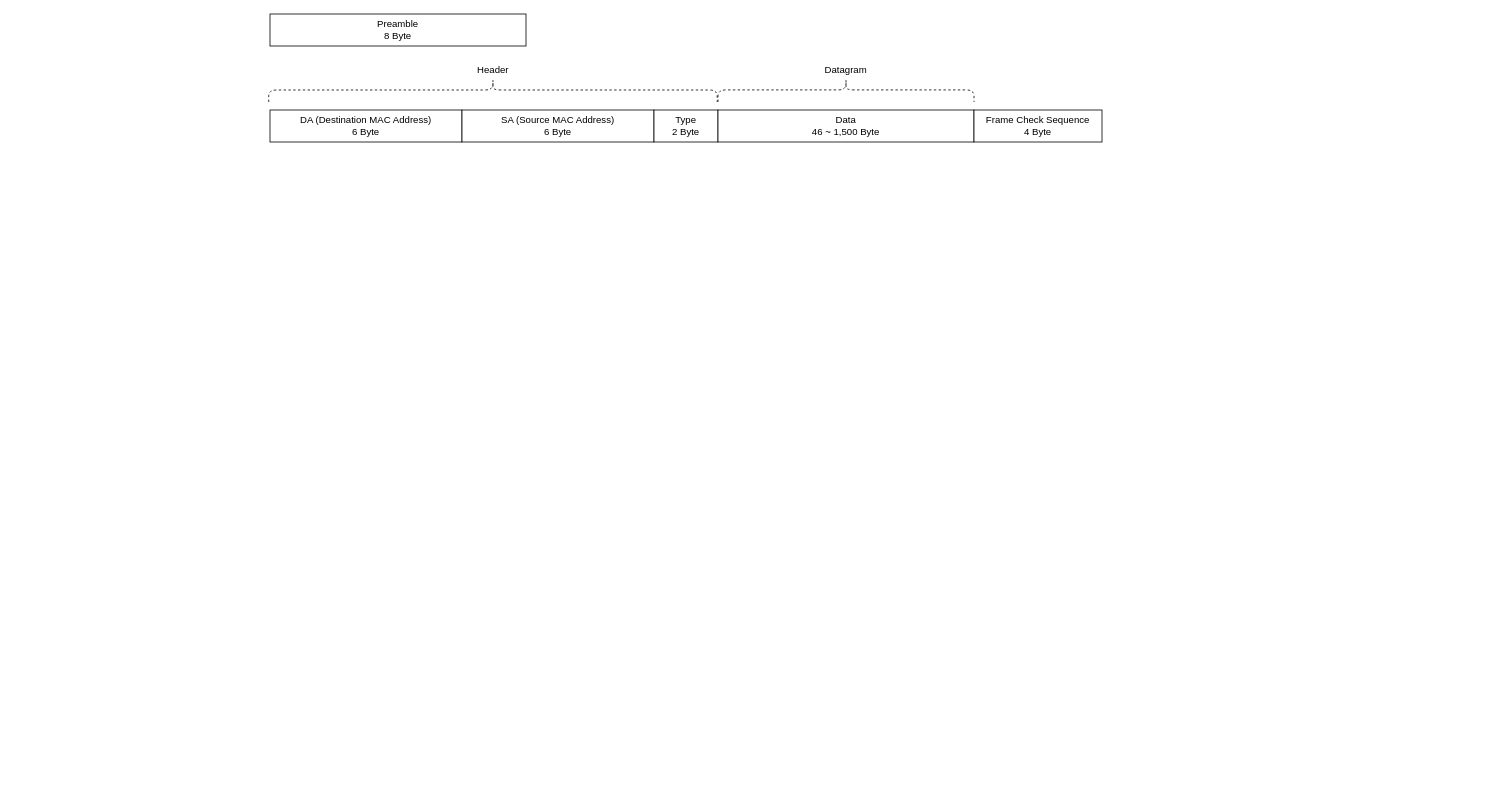
This is page "Ethernet Frame" (2 of 4) of 04. DOC/10BASE-T1S.drawio from Jinhwan-Jung/emb, a draw.io file, before an edit. Source tidied: cells renumbered, new cells numbered last; positions are measured from the earlier drawing's top-left corner, leaving out a move shared by most shapes. Both pictures are drawn from the tidied source at 80%, with x=0, y=0 at pixel (268, -134).
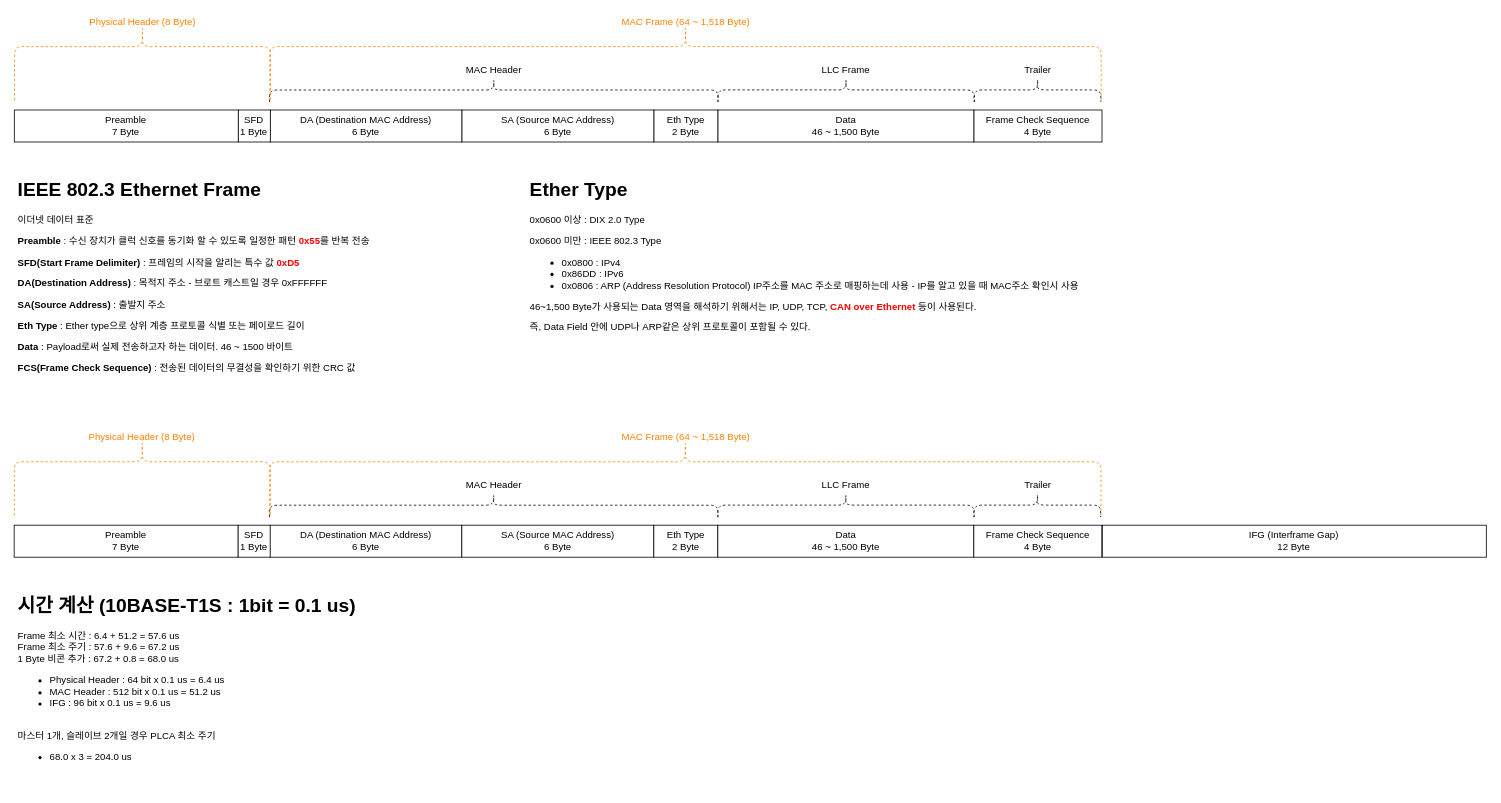
After the change.

Change to the diagram source:
```diff
@@
+    <mxCell id="13" style="shape=curlyBracket;whiteSpace=wrap;html=1;rounded=1;flipH=1;align=left;rotation=-90;dashed=1;size=0.29097236869858656;fillColor=#f0a30a;fontColor=#000000;strokeColor=#FF8000;" parent="1" vertex="1">
+      <mxGeometry x="474" y="-274" width="94.8" height="1039.1" as="geometry" />
+    </mxCell>
-    <mxCell id="2" value="Preamble&lt;br&gt;8 Byte" style="rounded=0;whiteSpace=wrap;html=1;" parent="1" vertex="1">
-      <mxGeometry x="2" y="185" width="320" height="40" as="geometry" />
+    <mxCell id="2" value="Preamble&lt;br&gt;7 Byte" style="rounded=0;whiteSpace=wrap;html=1;" parent="1" vertex="1">
+      <mxGeometry x="-317.6" y="305" width="280" height="40" as="geometry" />
     </mxCell>
@@
-    <mxCell id="5" value="Type&lt;br&gt;2 Byte" style="rounded=0;whiteSpace=wrap;html=1;" parent="1" vertex="1">
+    <mxCell id="5" value="Eth Type&lt;br&gt;2 Byte" style="rounded=0;whiteSpace=wrap;html=1;" parent="1" vertex="1">
       <mxGeometry x="482" y="305" width="80" height="40" as="geometry" />
     </mxCell>
@@
     <mxCell id="8" style="group;dashed=1;" parent="1" vertex="1">
-      <mxGeometry x="0.4" y="245" width="560.6" height="50" as="geometry" />
+      <mxGeometry x="2.4" y="245" width="558.6" height="50" as="geometry" />
     </mxCell>
     <mxCell id="9" style="shape=curlyBracket;whiteSpace=wrap;html=1;rounded=1;flipH=1;align=left;rotation=-90;dashed=1;" parent="8" vertex="1">
-      <mxGeometry x="265.3" y="-245.3" width="30" height="560.6" as="geometry" />
+      <mxGeometry x="264.4" y="-245.3" width="29.9" height="560.6" as="geometry" />
     </mxCell>
-    <mxCell id="10" value="Header" style="text;html=1;strokeColor=none;fillColor=none;align=center;verticalAlign=middle;whiteSpace=wrap;rounded=0;" parent="8" vertex="1">
-      <mxGeometry x="260.6" width="40" height="20" as="geometry" />
+    <mxCell id="10" value="MAC Header" style="text;html=1;strokeColor=none;fillColor=none;align=center;verticalAlign=middle;whiteSpace=wrap;rounded=0;" parent="8" vertex="1">
+      <mxGeometry x="240" width="80" height="20" as="geometry" />
     </mxCell>
@@
-    <mxCell id="12" value="Datagram" style="text;html=1;strokeColor=none;fillColor=none;align=center;verticalAlign=middle;whiteSpace=wrap;rounded=0;" parent="1" vertex="1">
+    <mxCell id="12" value="LLC Frame" style="text;html=1;strokeColor=none;fillColor=none;align=center;verticalAlign=middle;whiteSpace=wrap;rounded=0;" parent="1" vertex="1">
       <mxGeometry x="682" y="245" width="80" height="20" as="geometry" />
     </mxCell>
+    <mxCell id="14" value="SFD&lt;br&gt;1 Byte" style="rounded=0;whiteSpace=wrap;html=1;" parent="1" vertex="1">
+      <mxGeometry x="-37.6" y="305" width="40" height="40" as="geometry" />
+    </mxCell>
+    <mxCell id="15" value="&lt;h1&gt;IEEE 802.3 Ethernet Frame&lt;/h1&gt;&lt;p&gt;이더넷 데이터 표준&lt;/p&gt;&lt;p&gt;&lt;b&gt;Preamble&lt;/b&gt; : 수신 장치가 클럭 신호를 동기화 할 수 있도록 일정한 패턴 &lt;b&gt;&lt;font color=&quot;#ff0000&quot;&gt;0x55&lt;/font&gt;&lt;/b&gt;를 반복 전송&lt;/p&gt;&lt;p&gt;&lt;b&gt;SFD(Start Frame Delimiter)&lt;/b&gt; : 프레임의 시작을 알리는 특수 값 &lt;b&gt;&lt;font color=&quot;#ff0000&quot;&gt;0xD5&lt;/font&gt;&lt;/b&gt;&lt;/p&gt;&lt;p&gt;&lt;b&gt;DA(Destination Address)&lt;/b&gt; : 목적지 주소 - 브로트 캐스트일 경우 0xFFFFFF&lt;/p&gt;&lt;p&gt;&lt;b&gt;SA(Source Address)&lt;/b&gt; : 출발지 주소&lt;/p&gt;&lt;p&gt;&lt;b&gt;Eth Type &lt;/b&gt;: Ether type으로 상위 계층 프로토콜 식별 또는 페이로드 길이&lt;/p&gt;&lt;p&gt;&lt;b&gt;Data&lt;/b&gt; : Payload로써 실제 전송하고자 하는 데이터. 46 ~ 1500 바이트&lt;/p&gt;&lt;p&gt;&lt;b&gt;FCS(Frame Check Sequence)&lt;/b&gt; : 전송된 데이터의 무결성을 확인하기 위한 CRC 값&lt;/p&gt;" style="text;html=1;strokeColor=none;fillColor=none;spacing=5;spacingTop=-20;whiteSpace=wrap;overflow=hidden;rounded=0;dashed=1;align=left;" parent="1" vertex="1">
+      <mxGeometry x="-317.6" y="385" width="560" height="250" as="geometry" />
+    </mxCell>
+    <mxCell id="16" style="shape=curlyBracket;whiteSpace=wrap;html=1;rounded=1;flipH=1;align=left;rotation=-90;dashed=1;size=0.29097236869858656;fillColor=#f0a30a;fontColor=#000000;strokeColor=#FF8000;" parent="1" vertex="1">
+      <mxGeometry x="-204.8" y="85.6" width="94.8" height="320" as="geometry" />
+    </mxCell>
+    <mxCell id="17" value="Physical Header (8 Byte)" style="text;html=1;strokeColor=none;fillColor=none;align=center;verticalAlign=middle;whiteSpace=wrap;rounded=0;fontColor=#FF8000;" parent="1" vertex="1">
+      <mxGeometry x="-237.4" y="185" width="160" height="20" as="geometry" />
+    </mxCell>
+    <mxCell id="18" value="MAC Frame (64 ~ 1,518 Byte)" style="text;html=1;strokeColor=none;fillColor=none;align=center;verticalAlign=middle;whiteSpace=wrap;rounded=0;fontColor=#FF8000;" parent="1" vertex="1">
+      <mxGeometry x="402.4" y="185" width="240" height="20" as="geometry" />
+    </mxCell>
+    <mxCell id="19" style="shape=curlyBracket;whiteSpace=wrap;html=1;rounded=1;flipH=1;align=left;rotation=-90;dashed=1;perimeterSpacing=1;" parent="1" vertex="1">
+      <mxGeometry x="946.5" y="200.9" width="30" height="158" as="geometry" />
+    </mxCell>
+    <mxCell id="20" value="Trailer" style="text;html=1;strokeColor=none;fillColor=none;align=center;verticalAlign=middle;whiteSpace=wrap;rounded=0;" parent="1" vertex="1">
+      <mxGeometry x="922" y="245" width="80" height="20" as="geometry" />
+    </mxCell>
+    <mxCell id="21" value="&lt;h1&gt;Ether Type&lt;/h1&gt;&lt;p&gt;0x0600 이상 : DIX 2.0 Type&lt;/p&gt;&lt;p&gt;0x0600 미만 : IEEE 802.3 Type&lt;/p&gt;&lt;p&gt;&lt;/p&gt;&lt;ul&gt;&lt;li&gt;0x0800 : IPv4&lt;/li&gt;&lt;li&gt;0x86DD : IPv6&lt;/li&gt;&lt;li&gt;0x0806 : ARP (Address Resolution Protocol) IP주소를 MAC 주소로 매핑하는데 사용 - IP를 알고 있을 때 MAC주소 확인시 사용&lt;/li&gt;&lt;/ul&gt;&lt;p&gt;&lt;/p&gt;&lt;p&gt;46~1,500 Byte가 사용되는 Data 영역을 해석하기 위해서는 IP, UDP, TCP, &lt;b&gt;&lt;font color=&quot;#ff0000&quot;&gt;CAN over Ethernet&lt;/font&gt;&lt;/b&gt; 등이 사용된다.&lt;/p&gt;&lt;p&gt;즉, Data Field 안에 UDP나 ARP같은 상위 프로토콜이 포함될 수 있다.&lt;/p&gt;" style="text;html=1;strokeColor=none;fillColor=none;spacing=5;spacingTop=-20;whiteSpace=wrap;overflow=hidden;rounded=0;dashed=1;align=left;" parent="1" vertex="1">
+      <mxGeometry x="322" y="385" width="730.4" height="250" as="geometry" />
+    </mxCell>
+    <mxCell id="22" style="shape=curlyBracket;whiteSpace=wrap;html=1;rounded=1;flipH=1;align=left;rotation=-90;dashed=1;size=0.29097236869858656;fillColor=#f0a30a;fontColor=#000000;strokeColor=#FF8000;" parent="1" vertex="1">
+      <mxGeometry x="473.8" y="245" width="94.8" height="1039.1" as="geometry" />
+    </mxCell>
+    <mxCell id="23" value="Preamble&lt;br&gt;7 Byte" style="rounded=0;whiteSpace=wrap;html=1;" parent="1" vertex="1">
+      <mxGeometry x="-317.8" y="824" width="280" height="40" as="geometry" />
+    </mxCell>
+    <mxCell id="24" value="DA (Destination MAC Address)&lt;br&gt;6 Byte" style="rounded=0;whiteSpace=wrap;html=1;" parent="1" vertex="1">
+      <mxGeometry x="1.8" y="824" width="240" height="40" as="geometry" />
+    </mxCell>
+    <mxCell id="25" value="SA (Source MAC Address)&lt;br&gt;6 Byte" style="rounded=0;whiteSpace=wrap;html=1;" parent="1" vertex="1">
+      <mxGeometry x="241.8" y="824" width="240" height="40" as="geometry" />
+    </mxCell>
+    <mxCell id="26" value="Eth Type&lt;br&gt;2 Byte" style="rounded=0;whiteSpace=wrap;html=1;" parent="1" vertex="1">
+      <mxGeometry x="481.8" y="824" width="80" height="40" as="geometry" />
+    </mxCell>
+    <mxCell id="27" value="Data&lt;br&gt;46 ~ 1,500 Byte" style="rounded=0;whiteSpace=wrap;html=1;" parent="1" vertex="1">
+      <mxGeometry x="561.8" y="824" width="320" height="40" as="geometry" />
+    </mxCell>
+    <mxCell id="28" value="Frame Check Sequence&lt;br&gt;4 Byte" style="rounded=0;whiteSpace=wrap;html=1;" parent="1" vertex="1">
+      <mxGeometry x="881.8" y="824" width="160" height="40" as="geometry" />
+    </mxCell>
+    <mxCell id="29" style="group;dashed=1;" parent="1" vertex="1">
+      <mxGeometry x="2.2" y="764" width="558.6" height="50" as="geometry" />
+    </mxCell>
+    <mxCell id="30" style="shape=curlyBracket;whiteSpace=wrap;html=1;rounded=1;flipH=1;align=left;rotation=-90;dashed=1;" parent="29" vertex="1">
+      <mxGeometry x="264.4" y="-245.3" width="29.9" height="560.6" as="geometry" />
+    </mxCell>
+    <mxCell id="31" value="MAC Header" style="text;html=1;strokeColor=none;fillColor=none;align=center;verticalAlign=middle;whiteSpace=wrap;rounded=0;" parent="29" vertex="1">
+      <mxGeometry x="240" width="80" height="20" as="geometry" />
+    </mxCell>
+    <mxCell id="32" style="shape=curlyBracket;whiteSpace=wrap;html=1;rounded=1;flipH=1;align=left;rotation=-90;dashed=1;" parent="1" vertex="1">
+      <mxGeometry x="706.8" y="638.9" width="30" height="320" as="geometry" />
+    </mxCell>
+    <mxCell id="33" value="LLC Frame" style="text;html=1;strokeColor=none;fillColor=none;align=center;verticalAlign=middle;whiteSpace=wrap;rounded=0;" parent="1" vertex="1">
+      <mxGeometry x="681.8" y="764" width="80" height="20" as="geometry" />
+    </mxCell>
+    <mxCell id="34" value="SFD&lt;br&gt;1 Byte" style="rounded=0;whiteSpace=wrap;html=1;" parent="1" vertex="1">
+      <mxGeometry x="-37.8" y="824" width="40" height="40" as="geometry" />
+    </mxCell>
+    <mxCell id="35" style="shape=curlyBracket;whiteSpace=wrap;html=1;rounded=1;flipH=1;align=left;rotation=-90;dashed=1;size=0.29097236869858656;fillColor=#f0a30a;fontColor=#000000;strokeColor=#FF8000;" parent="1" vertex="1">
+      <mxGeometry x="-205" y="604.5" width="94.8" height="320" as="geometry" />
+    </mxCell>
+    <mxCell id="36" value="Physical Header (8 Byte)" style="text;html=1;strokeColor=none;fillColor=none;align=center;verticalAlign=middle;whiteSpace=wrap;rounded=0;fontColor=#FF8000;" parent="1" vertex="1">
+      <mxGeometry x="-237.6" y="704" width="160" height="20" as="geometry" />
+    </mxCell>
+    <mxCell id="37" value="MAC Frame (64 ~ 1,518 Byte)" style="text;html=1;strokeColor=none;fillColor=none;align=center;verticalAlign=middle;whiteSpace=wrap;rounded=0;fontColor=#FF8000;" parent="1" vertex="1">
+      <mxGeometry x="402.2" y="704" width="240" height="20" as="geometry" />
+    </mxCell>
+    <mxCell id="38" style="shape=curlyBracket;whiteSpace=wrap;html=1;rounded=1;flipH=1;align=left;rotation=-90;dashed=1;perimeterSpacing=1;" parent="1" vertex="1">
+      <mxGeometry x="946.3" y="719.9" width="30" height="158" as="geometry" />
+    </mxCell>
+    <mxCell id="39" value="Trailer" style="text;html=1;strokeColor=none;fillColor=none;align=center;verticalAlign=middle;whiteSpace=wrap;rounded=0;" parent="1" vertex="1">
+      <mxGeometry x="921.8" y="764" width="80" height="20" as="geometry" />
+    </mxCell>
+    <mxCell id="40" value="IFG (Interframe Gap)&lt;br&gt;12 Byte" style="rounded=0;whiteSpace=wrap;html=1;" parent="1" vertex="1">
+      <mxGeometry x="1042.4" y="824" width="480" height="40" as="geometry" />
+    </mxCell>
+    <mxCell id="41" value="&lt;h1&gt;시간 계산 (10BASE-T1S : 1bit = 0.1 us)&lt;/h1&gt;&lt;div&gt;&lt;div&gt;Frame 최소 시간 : 6.4 + 51.2 = 57.6 us&lt;br&gt;&lt;/div&gt;&lt;div&gt;Frame 최소 주기 : 57.6 + 9.6 = 67.2 us&lt;br&gt;&lt;/div&gt;&lt;div&gt;1 Byte 비콘 추가 : 67.2 + 0.8 = 68.0 us&lt;/div&gt;&lt;/div&gt;&lt;ul&gt;&lt;li&gt;&lt;span&gt;Physical Header : 64 bit x 0.1 us = 6.4 us&lt;/span&gt;&lt;/li&gt;&lt;li&gt;MAC Header : 512 bit x 0.1 us = 51.2 us&lt;/li&gt;&lt;li&gt;IFG : 96 bit x 0.1 us = 9.6 us&lt;/li&gt;&lt;/ul&gt;&lt;div&gt;&lt;br&gt;&lt;/div&gt;&lt;div&gt;마스터 1개, 슬레이브 2개일 경우 PLCA 최소 주기&lt;/div&gt;&lt;div&gt;&lt;ul&gt;&lt;li&gt;68.0 x 3 = 204.0 us&lt;/li&gt;&lt;/ul&gt;&lt;/div&gt;&lt;p&gt;&lt;/p&gt;" style="text;html=1;strokeColor=none;fillColor=none;spacing=5;spacingTop=-20;whiteSpace=wrap;overflow=hidden;rounded=0;dashed=1;align=left;" parent="1" vertex="1">
+      <mxGeometry x="-318.2" y="905" width="560" height="250" as="geometry" />
+    </mxCell>
```
